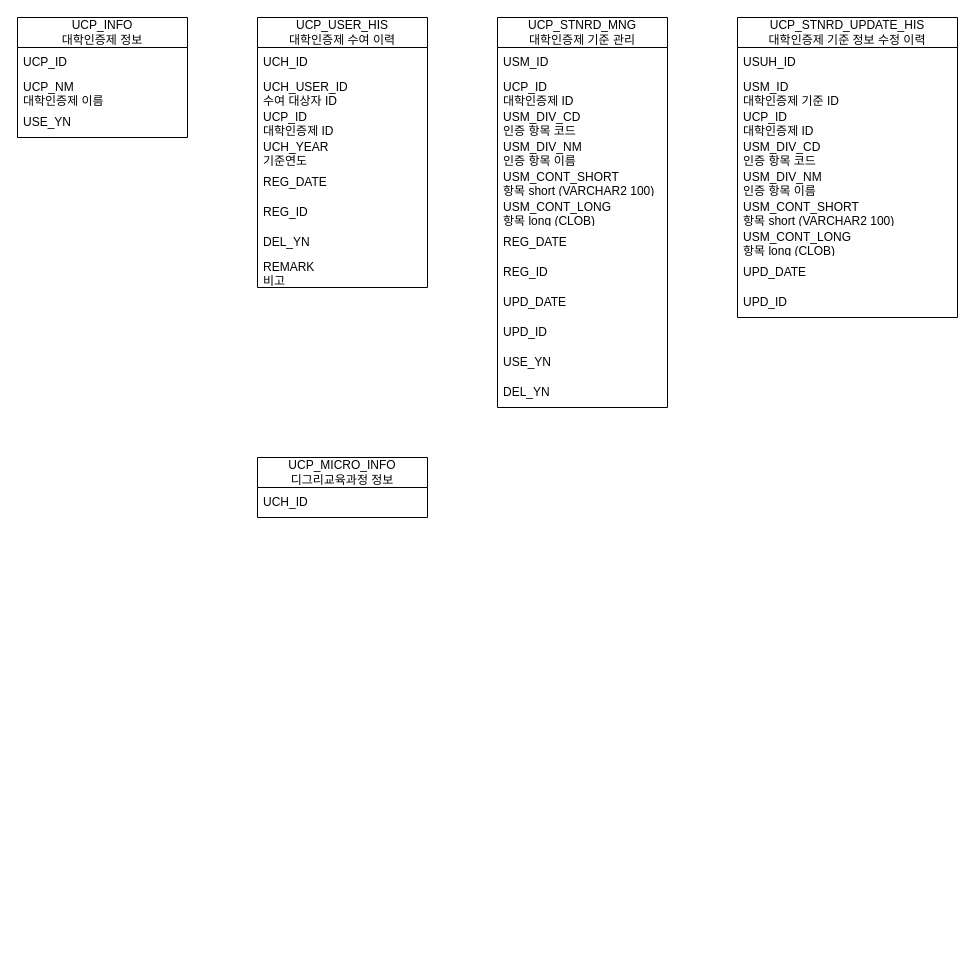
Before: page "대학인증 공통" (1 of 4) of Table Structure.drawio in HAR00N/draw.io, a draw.io diagram. Source tidied: cells renumbered, new cells numbered last; positions are measured from the earlier drawing's top-left corner, leaving out a move shared by most shapes. Both pictures are drawn from the tidied source at 100%, with x=0, y=0 at pixel (17, 17).
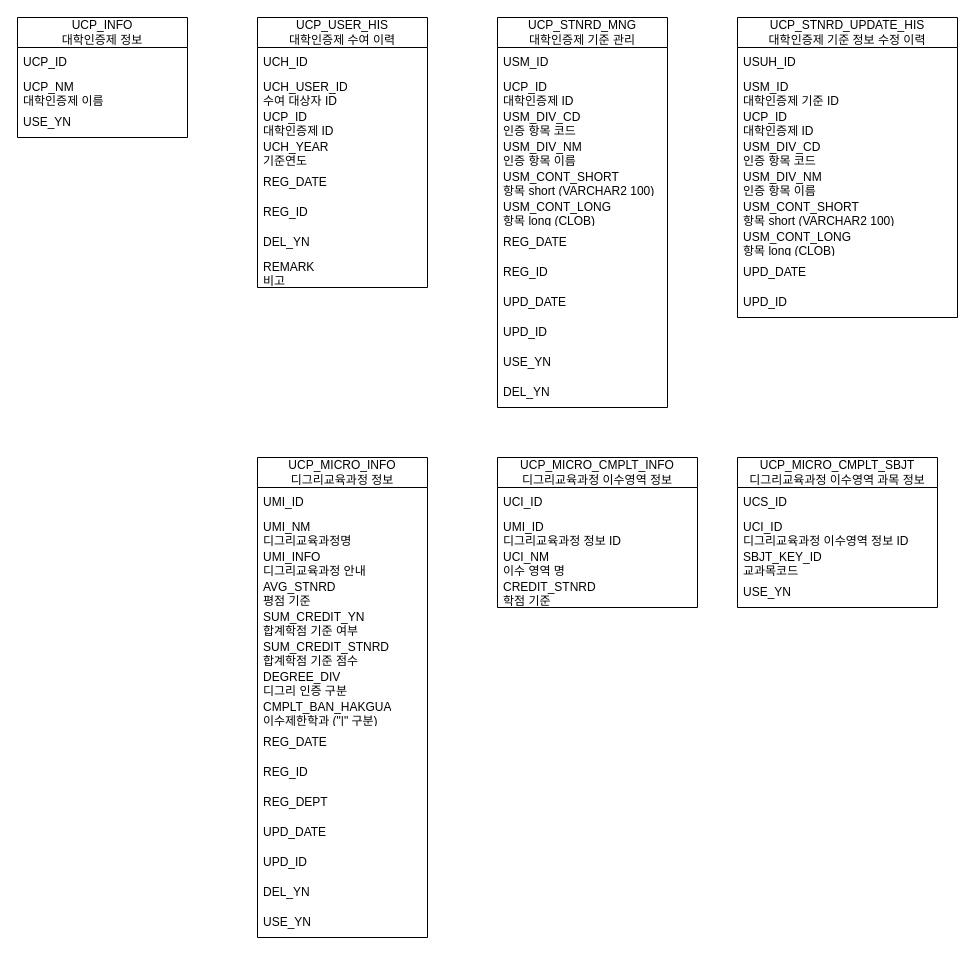
The same page after the edit.

What changed in the source:
```diff
@@
     <mxCell id="38" value="&lt;div&gt;UCP_MICRO_INFO&lt;/div&gt;디그리교육과정 정보&lt;div&gt;&lt;/div&gt;" style="swimlane;fontStyle=0;horizontal=1;startSize=30;whiteSpace=wrap;html=1;" parent="1" vertex="1">
-      <mxGeometry x="240" y="440" width="170" height="60" as="geometry" />
+      <mxGeometry x="240" y="440" width="170" height="480" as="geometry" />
     </mxCell>
-    <mxCell id="39" value="UCH_ID" style="text;strokeColor=none;fillColor=none;align=left;verticalAlign=middle;spacingLeft=4;spacingRight=4;overflow=hidden;whiteSpace=wrap;html=1;" parent="38" vertex="1">
+    <mxCell id="39" value="UMI_ID" style="text;strokeColor=none;fillColor=none;align=left;verticalAlign=middle;spacingLeft=4;spacingRight=4;overflow=hidden;whiteSpace=wrap;html=1;" parent="38" vertex="1">
       <mxGeometry y="30" width="170" height="30" as="geometry" />
     </mxCell>
+    <mxCell id="40" value="UMI_NM&lt;br&gt;디그리교육과정명" style="text;strokeColor=none;fillColor=none;align=left;verticalAlign=middle;spacingLeft=4;spacingRight=4;overflow=hidden;whiteSpace=wrap;html=1;" parent="38" vertex="1">
+      <mxGeometry y="60" width="170" height="30" as="geometry" />
+    </mxCell>
+    <mxCell id="41" value="UMI_INFO&lt;br&gt;디그리교육과정 안내" style="text;strokeColor=none;fillColor=none;align=left;verticalAlign=middle;spacingLeft=4;spacingRight=4;overflow=hidden;whiteSpace=wrap;html=1;" parent="38" vertex="1">
+      <mxGeometry y="90" width="170" height="30" as="geometry" />
+    </mxCell>
+    <mxCell id="42" value="AVG_STNRD&lt;br&gt;평점 기준" style="text;strokeColor=none;fillColor=none;align=left;verticalAlign=middle;spacingLeft=4;spacingRight=4;overflow=hidden;whiteSpace=wrap;html=1;" parent="38" vertex="1">
+      <mxGeometry y="120" width="170" height="30" as="geometry" />
+    </mxCell>
+    <mxCell id="43" value="&lt;div&gt;SUM_CREDIT_YN&lt;/div&gt;합계학점 기준 여부" style="text;strokeColor=none;fillColor=none;align=left;verticalAlign=middle;spacingLeft=4;spacingRight=4;overflow=hidden;whiteSpace=wrap;html=1;" parent="38" vertex="1">
+      <mxGeometry y="150" width="170" height="30" as="geometry" />
+    </mxCell>
+    <mxCell id="44" value="&lt;div&gt;SUM_CREDIT_STNRD&lt;br&gt;&lt;/div&gt;합계학점 기준 점수" style="text;strokeColor=none;fillColor=none;align=left;verticalAlign=middle;spacingLeft=4;spacingRight=4;overflow=hidden;whiteSpace=wrap;html=1;" parent="38" vertex="1">
+      <mxGeometry y="180" width="170" height="30" as="geometry" />
+    </mxCell>
+    <mxCell id="45" value="&lt;div&gt;DEGREE_DIV&lt;/div&gt;디그리 인증 구분" style="text;strokeColor=none;fillColor=none;align=left;verticalAlign=middle;spacingLeft=4;spacingRight=4;overflow=hidden;whiteSpace=wrap;html=1;" parent="38" vertex="1">
+      <mxGeometry y="210" width="170" height="30" as="geometry" />
+    </mxCell>
+    <mxCell id="46" value="&lt;div&gt;CMPLT_BAN_HAKGUA&lt;/div&gt;이수제한학과 (&quot;|&quot; 구분)" style="text;strokeColor=none;fillColor=none;align=left;verticalAlign=middle;spacingLeft=4;spacingRight=4;overflow=hidden;whiteSpace=wrap;html=1;" parent="38" vertex="1">
+      <mxGeometry y="240" width="170" height="30" as="geometry" />
+    </mxCell>
+    <mxCell id="47" value="REG_DATE" style="text;strokeColor=none;fillColor=none;align=left;verticalAlign=middle;spacingLeft=4;spacingRight=4;overflow=hidden;whiteSpace=wrap;html=1;" parent="38" vertex="1">
+      <mxGeometry y="270" width="170" height="30" as="geometry" />
+    </mxCell>
+    <mxCell id="48" value="REG_ID" style="text;strokeColor=none;fillColor=none;align=left;verticalAlign=middle;spacingLeft=4;spacingRight=4;overflow=hidden;whiteSpace=wrap;html=1;" parent="38" vertex="1">
+      <mxGeometry y="300" width="170" height="30" as="geometry" />
+    </mxCell>
+    <mxCell id="49" value="REG_DEPT" style="text;strokeColor=none;fillColor=none;align=left;verticalAlign=middle;spacingLeft=4;spacingRight=4;overflow=hidden;whiteSpace=wrap;html=1;" parent="38" vertex="1">
+      <mxGeometry y="330" width="170" height="30" as="geometry" />
+    </mxCell>
+    <mxCell id="50" value="UPD_DATE" style="text;strokeColor=none;fillColor=none;align=left;verticalAlign=middle;spacingLeft=4;spacingRight=4;overflow=hidden;whiteSpace=wrap;html=1;" parent="38" vertex="1">
+      <mxGeometry y="360" width="170" height="30" as="geometry" />
+    </mxCell>
+    <mxCell id="51" value="UPD_ID" style="text;strokeColor=none;fillColor=none;align=left;verticalAlign=middle;spacingLeft=4;spacingRight=4;overflow=hidden;whiteSpace=wrap;html=1;" parent="38" vertex="1">
+      <mxGeometry y="390" width="170" height="30" as="geometry" />
+    </mxCell>
+    <mxCell id="52" value="DEL_YN" style="text;strokeColor=none;fillColor=none;align=left;verticalAlign=middle;spacingLeft=4;spacingRight=4;overflow=hidden;whiteSpace=wrap;html=1;" parent="38" vertex="1">
+      <mxGeometry y="420" width="170" height="30" as="geometry" />
+    </mxCell>
+    <mxCell id="53" value="USE_YN" style="text;strokeColor=none;fillColor=none;align=left;verticalAlign=middle;spacingLeft=4;spacingRight=4;overflow=hidden;whiteSpace=wrap;html=1;" parent="38" vertex="1">
+      <mxGeometry y="450" width="170" height="30" as="geometry" />
+    </mxCell>
+    <mxCell id="54" value="&lt;div&gt;UCP_MICRO_CMPLT_INFO&lt;/div&gt;디그리교육과정 이수영역 정보&lt;div&gt;&lt;/div&gt;" style="swimlane;fontStyle=0;horizontal=1;startSize=30;whiteSpace=wrap;html=1;" parent="1" vertex="1">
+      <mxGeometry x="480" y="440" width="200" height="150" as="geometry" />
+    </mxCell>
+    <mxCell id="55" value="UCI_ID" style="text;strokeColor=none;fillColor=none;align=left;verticalAlign=middle;spacingLeft=4;spacingRight=4;overflow=hidden;whiteSpace=wrap;html=1;" parent="54" vertex="1">
+      <mxGeometry y="30" width="200" height="30" as="geometry" />
+    </mxCell>
+    <mxCell id="56" value="UMI_ID&lt;div&gt;&lt;span style=&quot;text-align: center;&quot;&gt;디그리교육과정 정보 ID&lt;/span&gt;&lt;br&gt;&lt;/div&gt;" style="text;strokeColor=none;fillColor=none;align=left;verticalAlign=middle;spacingLeft=4;spacingRight=4;overflow=hidden;whiteSpace=wrap;html=1;" parent="54" vertex="1">
+      <mxGeometry y="60" width="200" height="30" as="geometry" />
+    </mxCell>
+    <mxCell id="57" value="UCI_NM&lt;br&gt;이수 영역 명" style="text;strokeColor=none;fillColor=none;align=left;verticalAlign=middle;spacingLeft=4;spacingRight=4;overflow=hidden;whiteSpace=wrap;html=1;" parent="54" vertex="1">
+      <mxGeometry y="90" width="200" height="30" as="geometry" />
+    </mxCell>
+    <mxCell id="58" value="CREDIT_STNRD&lt;br&gt;학점 기준" style="text;strokeColor=none;fillColor=none;align=left;verticalAlign=middle;spacingLeft=4;spacingRight=4;overflow=hidden;whiteSpace=wrap;html=1;" parent="54" vertex="1">
+      <mxGeometry y="120" width="200" height="30" as="geometry" />
+    </mxCell>
+    <mxCell id="59" value="&lt;div&gt;UCP_MICRO_&lt;span style=&quot;background-color: initial;&quot;&gt;CMPLT_&lt;/span&gt;&lt;span style=&quot;background-color: initial;&quot;&gt;SBJT&lt;/span&gt;&lt;/div&gt;디그리교육과정 이수영역 과목 정보&lt;div&gt;&lt;/div&gt;" style="swimlane;fontStyle=0;horizontal=1;startSize=30;whiteSpace=wrap;html=1;" parent="1" vertex="1">
+      <mxGeometry x="720" y="440" width="200" height="150" as="geometry" />
+    </mxCell>
+    <mxCell id="60" value="UCS_ID" style="text;strokeColor=none;fillColor=none;align=left;verticalAlign=middle;spacingLeft=4;spacingRight=4;overflow=hidden;whiteSpace=wrap;html=1;" parent="59" vertex="1">
+      <mxGeometry y="30" width="200" height="30" as="geometry" />
+    </mxCell>
+    <mxCell id="61" value="UCI_ID&lt;br&gt;&lt;span style=&quot;text-align: center;&quot;&gt;디그리교육과정 이수영역 정보 ID&lt;/span&gt;" style="text;strokeColor=none;fillColor=none;align=left;verticalAlign=middle;spacingLeft=4;spacingRight=4;overflow=hidden;whiteSpace=wrap;html=1;" parent="59" vertex="1">
+      <mxGeometry y="60" width="200" height="30" as="geometry" />
+    </mxCell>
+    <mxCell id="62" value="&lt;div&gt;SBJT_KEY_ID&lt;/div&gt;교과목코드" style="text;strokeColor=none;fillColor=none;align=left;verticalAlign=middle;spacingLeft=4;spacingRight=4;overflow=hidden;whiteSpace=wrap;html=1;" parent="59" vertex="1">
+      <mxGeometry y="90" width="200" height="30" as="geometry" />
+    </mxCell>
+    <mxCell id="63" value="USE_YN" style="text;strokeColor=none;fillColor=none;align=left;verticalAlign=middle;spacingLeft=4;spacingRight=4;overflow=hidden;whiteSpace=wrap;html=1;" parent="59" vertex="1">
+      <mxGeometry y="120" width="200" height="30" as="geometry" />
+    </mxCell>
```
